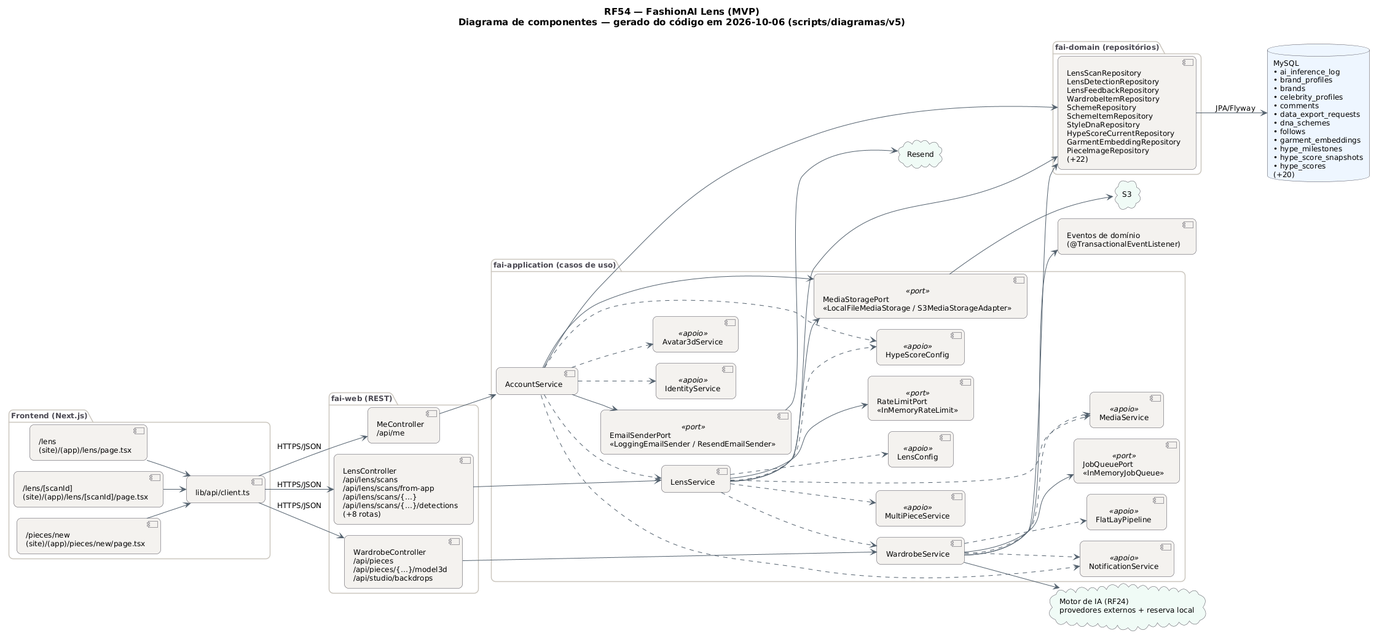
Before: docs/diagramas/RF54/RF54_Componentes.png, a diagram exported from PlantUML (MatheusHaliski/tcc-2026-fashion-ai-backend).
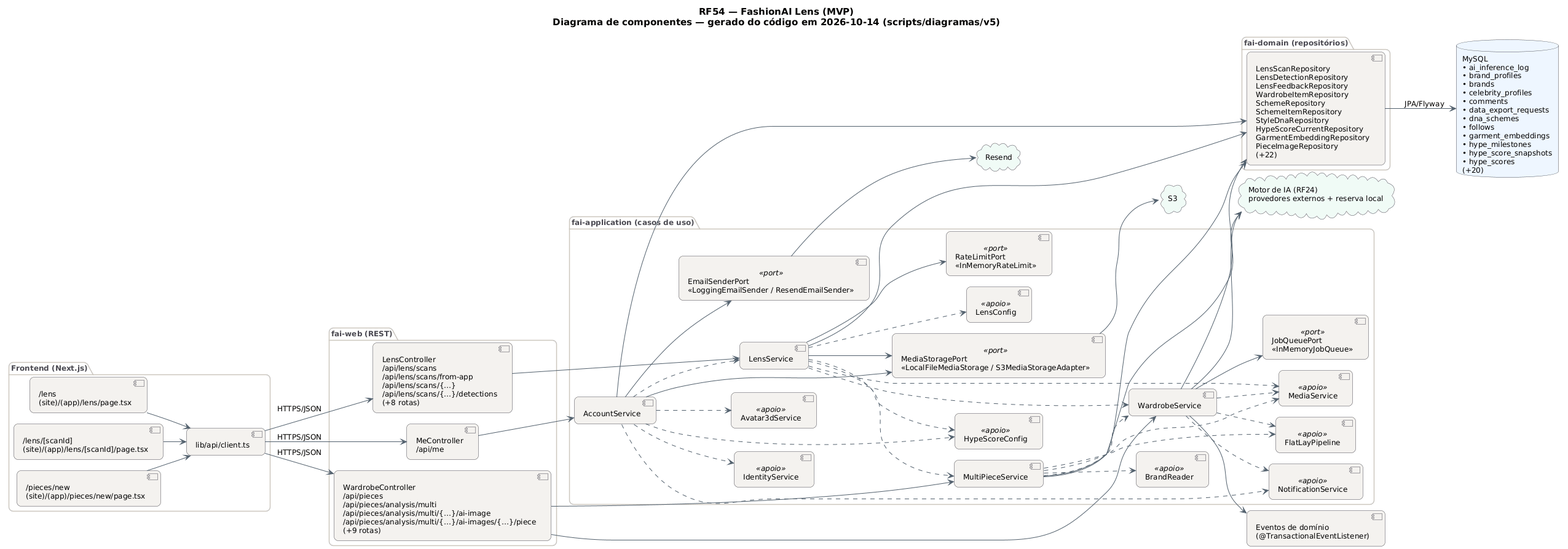
The same diagram one commit later.

What changed in the source:
```diff
@@ -29,7 +29,7 @@
   BorderColor #4A4852
 }
 left to right direction
-title RF54 — FashionAI Lens (MVP)\nDiagrama de componentes — gerado do código em 2026-10-06 (scripts/diagramas/v5)
+title RF54 — FashionAI Lens (MVP)\nDiagrama de componentes — gerado do código em 2026-10-14 (scripts/diagramas/v5)
 
 package "Frontend (Next.js)" {
   component "/lens\n(site)/(app)/lens/page.tsx" as FE0
@@ -40,20 +40,21 @@
 package "fai-web (REST)" {
   component "LensController\n/api/lens/scans\n/api/lens/scans/from-app\n/api/lens/scans/{…}\n/api/lens/scans/{…}/detections\n(+8 rotas)" as LensController
   component "MeController\n/api/me" as MeController
-  component "WardrobeController\n/api/pieces\n/api/pieces/{…}/model3d\n/api/studio/backdrops" as WardrobeController
+  component "WardrobeController\n/api/pieces\n/api/pieces/analysis/multi\n/api/pieces/analysis/multi/{…}/ai-image\n/api/pieces/analysis/multi/{…}/ai-images/{…}/piece\n(+9 rotas)" as WardrobeController
 }
 package "fai-application (casos de uso)" {
   component "LensService" as LensService
   component "AccountService" as AccountService
+  component "MultiPieceService" as MultiPieceService
   component "WardrobeService" as WardrobeService
   component "HypeScoreConfig" as HypeScoreConfig <<apoio>>
-  component "MultiPieceService" as MultiPieceService <<apoio>>
   component "MediaService" as MediaService <<apoio>>
   component "LensConfig" as LensConfig <<apoio>>
   component "IdentityService" as IdentityService <<apoio>>
   component "NotificationService" as NotificationService <<apoio>>
   component "Avatar3dService" as Avatar3dService <<apoio>>
   component "FlatLayPipeline" as FlatLayPipeline <<apoio>>
+  component "BrandReader" as BrandReader <<apoio>>
   component "MediaStoragePort\n«LocalFileMediaStorage / S3MediaStorageAdapter»" as MediaStoragePort <<port>>
   component "RateLimitPort\n«InMemoryRateLimit»" as RateLimitPort <<port>>
   component "EmailSenderPort\n«LoggingEmailSender / ResendEmailSender»" as EmailSenderPort <<port>>
@@ -93,7 +94,14 @@
 LensService ..> WardrobeService
 MeController --> AccountService
 MediaStoragePort --> CL_S3
+MultiPieceService --> AI
+MultiPieceService --> REPO_MySQL
+MultiPieceService ..> BrandReader
+MultiPieceService ..> FlatLayPipeline
+MultiPieceService ..> MediaService
+MultiPieceService ..> WardrobeService
 REPO_MySQL --> DB_MySQL : JPA/Flyway
+WardrobeController --> MultiPieceService
 WardrobeController --> WardrobeService
 WardrobeService --> AI
 WardrobeService --> EV
```
